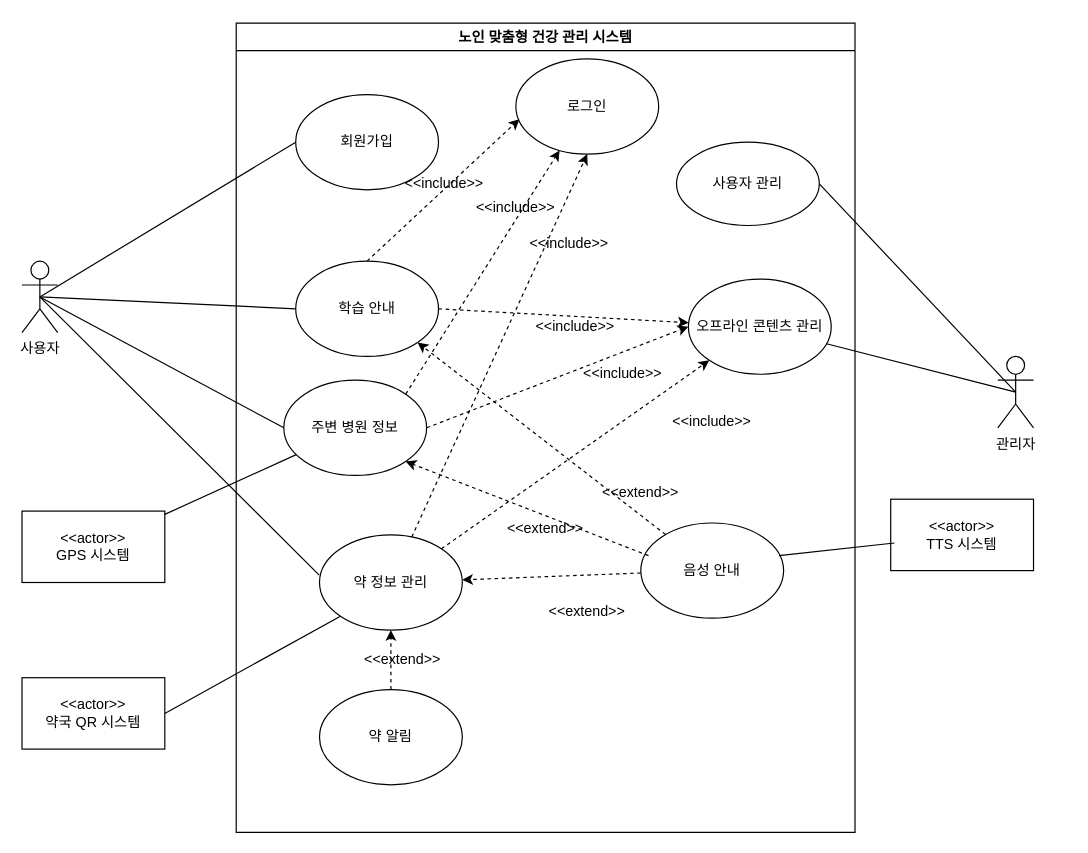
Earlier version of the draw.io diagram Untitled Diagram.drawio (wnthsk/sejujun). Source tidied: cells renumbered, new cells numbered last; positions are measured from the earlier drawing's top-left corner, leaving out a move shared by most shapes. Both pictures are drawn from the tidied source at 119%, with x=0, y=0 at pixel (21, 23).
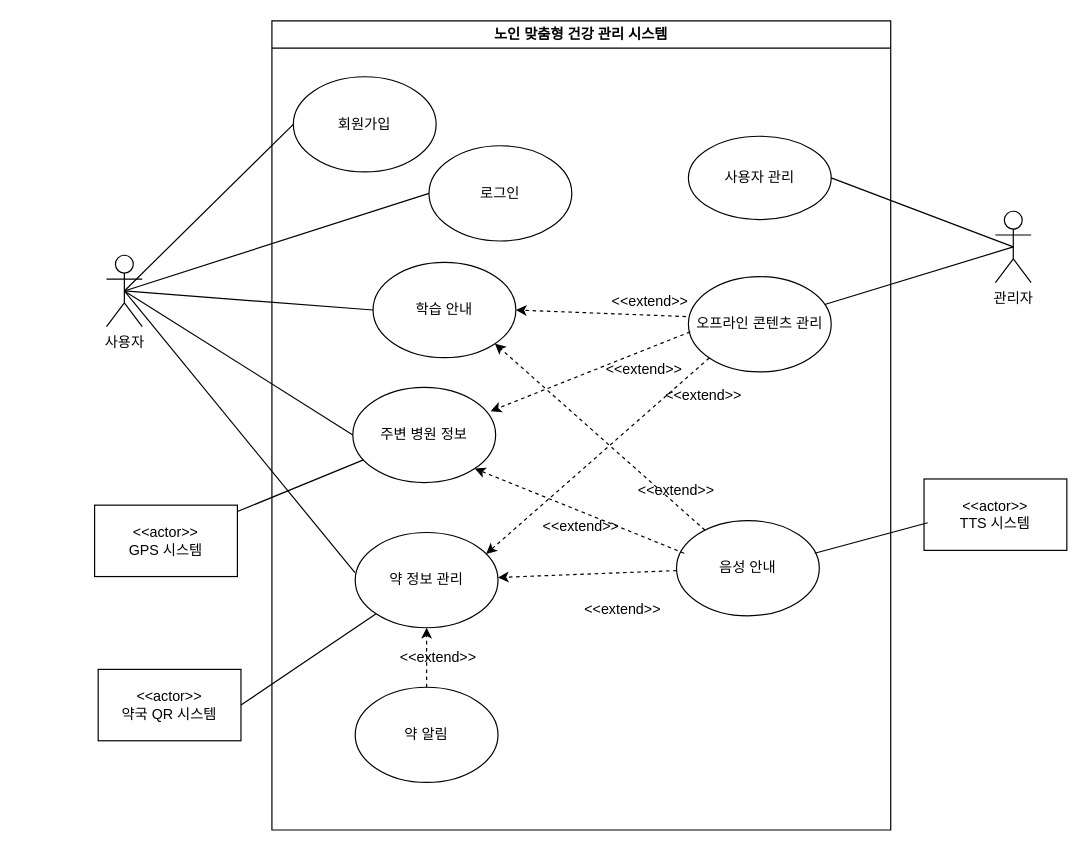
The same diagram, later.

The change refers to these unchanged cells:
```xml
<mxCell id="10" value="약 정보 관리" style="ellipse;whiteSpace=wrap;html=1;" parent="2" vertex="1">
  <mxGeometry x="70" y="430" width="120" height="80" as="geometry" />
</mxCell>
```

What changed in the source:
```diff
@@
     <mxCell id="2" value="노인 맞춤형 건강 관리 시스템" style="swimlane;whiteSpace=wrap;html=1;" parent="1" vertex="1">
-      <mxGeometry x="180" width="520" height="680" as="geometry" />
+      <mxGeometry x="210" y="-2" width="520" height="680" as="geometry" />
     </mxCell>
     <mxCell id="3" value="회원가입" style="ellipse;whiteSpace=wrap;html=1;" parent="2" vertex="1">
-      <mxGeometry x="50" y="60" width="120" height="80" as="geometry" />
+      <mxGeometry x="18" y="47" width="120" height="80" as="geometry" />
     </mxCell>
     <mxCell id="4" value="사용자 관리" style="ellipse;whiteSpace=wrap;html=1;" parent="2" vertex="1">
-      <mxGeometry x="370" y="100" width="120" height="70" as="geometry" />
+      <mxGeometry x="350" y="97" width="120" height="70" as="geometry" />
     </mxCell>
@@
     <mxCell id="6" value="학습 안내" style="ellipse;whiteSpace=wrap;html=1;" parent="2" vertex="1">
-      <mxGeometry x="50" y="200" width="120" height="80" as="geometry" />
+      <mxGeometry x="85" y="203" width="120" height="80" as="geometry" />
     </mxCell>
     <mxCell id="7" value="로그인" style="ellipse;whiteSpace=wrap;html=1;" parent="2" vertex="1">
-      <mxGeometry x="235" y="30" width="120" height="80" as="geometry" />
+      <mxGeometry x="132" y="105" width="120" height="80" as="geometry" />
     </mxCell>
     <mxCell id="8" value="주변 병원 정보" style="ellipse;whiteSpace=wrap;html=1;" parent="2" vertex="1">
-      <mxGeometry x="40" y="300" width="120" height="80" as="geometry" />
+      <mxGeometry x="68" y="308" width="120" height="80" as="geometry" />
     </mxCell>
@@
-    <mxCell id="13" style="endArrow=classic;html=1;rounded=0;strokeColor=default;curved=0;dashed=1;entryX=0.025;entryY=0.633;entryDx=0;entryDy=0;exitX=0.43;exitY=-0.003;exitDx=0;exitDy=0;exitPerimeter=0;entryPerimeter=0;" parent="2" edge="1" target="7">
-      <mxGeometry relative="1" as="geometry">
-        <mxPoint x="110" y="199.9" as="sourcePoint" />
-      </mxGeometry>
-    </mxCell>
-    <mxCell id="14" style="endArrow=classic;html=1;rounded=0;strokeColor=default;curved=0;dashed=1;exitX=1;exitY=0;exitDx=0;exitDy=0;" parent="2" edge="1" source="8" target="7">
-      <mxGeometry relative="1" as="geometry" />
-    </mxCell>
-    <mxCell id="15" style="endArrow=classic;html=1;rounded=0;strokeColor=default;curved=0;dashed=1;entryX=0.5;entryY=1;entryDx=0;entryDy=0;" parent="2" edge="1" source="10" target="7">
-      <mxGeometry relative="1" as="geometry" />
-    </mxCell>
@@
-    <mxCell id="18" value="&amp;lt;&amp;lt;include&amp;gt;&amp;gt;" style="text;html=1;align=center;verticalAlign=middle;whiteSpace=wrap;rounded=0;" parent="2" vertex="1">
-      <mxGeometry x="250" y="170" width="60" height="30" as="geometry" />
-    </mxCell>
-    <mxCell id="19" value="&amp;lt;&amp;lt;include&amp;gt;&amp;gt;" style="text;html=1;align=center;verticalAlign=middle;whiteSpace=wrap;rounded=0;" parent="2" vertex="1">
-      <mxGeometry x="255" y="240" width="60" height="30" as="geometry" />
+    <mxCell id="19" value="&amp;lt;&amp;lt;extend&amp;gt;&amp;gt;" style="text;html=1;align=center;verticalAlign=middle;whiteSpace=wrap;rounded=0;" parent="2" vertex="1">
+      <mxGeometry x="283" y="278" width="60" height="30" as="geometry" />
     </mxCell>
-    <mxCell id="20" value="&amp;lt;&amp;lt;include&amp;gt;&amp;gt;" style="text;html=1;align=center;verticalAlign=middle;whiteSpace=wrap;rounded=0;" parent="2" vertex="1">
-      <mxGeometry x="205" y="140" width="60" height="30" as="geometry" />
-    </mxCell>
@@
-    <mxCell id="25" value="&amp;lt;&amp;lt;include&amp;gt;&amp;gt;" style="text;html=1;align=center;verticalAlign=middle;whiteSpace=wrap;rounded=0;" parent="2" vertex="1">
-      <mxGeometry x="145" y="120" width="60" height="30" as="geometry" />
-    </mxCell>
     <mxCell id="26" value="오프라인 콘텐츠 관리" style="ellipse;whiteSpace=wrap;html=1;" parent="2" vertex="1">
-      <mxGeometry x="380" y="215" width="120" height="80" as="geometry" />
+      <mxGeometry x="350" y="215" width="120" height="80" as="geometry" />
     </mxCell>
-    <mxCell id="27" style="endArrow=classic;html=1;rounded=0;strokeColor=default;curved=0;dashed=1;exitX=1;exitY=0.5;exitDx=0;exitDy=0;" parent="2" edge="1" source="6" target="26">
-      <mxGeometry relative="1" as="geometry" />
-    </mxCell>
-    <mxCell id="28" style="endArrow=classic;html=1;rounded=0;strokeColor=default;curved=0;dashed=1;exitX=1;exitY=0;exitDx=0;exitDy=0;entryX=0;entryY=1;entryDx=0;entryDy=0;" parent="2" edge="1" source="10" target="26">
+    <mxCell id="28" style="endArrow=classic;html=1;rounded=0;strokeColor=default;curved=0;dashed=1;exitX=0;exitY=1;exitDx=0;exitDy=0;entryX=0.917;entryY=0.225;entryDx=0;entryDy=0;entryPerimeter=0;" parent="2" edge="1" source="26" target="10">
       <mxGeometry relative="1" as="geometry" />
     </mxCell>
-    <mxCell id="29" style="endArrow=classic;html=1;rounded=0;strokeColor=default;curved=0;dashed=1;exitX=1;exitY=0.5;exitDx=0;exitDy=0;entryX=0;entryY=0.5;entryDx=0;entryDy=0;" parent="2" edge="1" source="8" target="26">
-      <mxGeometry relative="1" as="geometry" />
-    </mxCell>
-    <mxCell id="30" value="&amp;lt;&amp;lt;include&amp;gt;&amp;gt;" style="text;html=1;align=center;verticalAlign=middle;whiteSpace=wrap;rounded=0;" parent="2" vertex="1">
-      <mxGeometry x="370" y="320" width="60" height="30" as="geometry" />
-    </mxCell>
-    <mxCell id="31" value="&amp;lt;&amp;lt;include&amp;gt;&amp;gt;" style="text;html=1;align=center;verticalAlign=middle;whiteSpace=wrap;rounded=0;" parent="2" vertex="1">
-      <mxGeometry x="295" y="280" width="60" height="30" as="geometry" />
-    </mxCell>
+    <mxCell id="46" value="&amp;lt;&amp;lt;extend&amp;gt;&amp;gt;" style="text;html=1;align=center;verticalAlign=middle;whiteSpace=wrap;rounded=0;" parent="2" vertex="1">
+      <mxGeometry x="333" y="300" width="60" height="30" as="geometry" />
+    </mxCell>
+    <mxCell id="47" style="endArrow=classic;html=1;rounded=0;strokeColor=default;curved=0;dashed=1;exitX=0.013;exitY=0.579;exitDx=0;exitDy=0;entryX=0.965;entryY=0.25;entryDx=0;entryDy=0;entryPerimeter=0;exitPerimeter=0;" parent="2" edge="1" source="26" target="8">
+      <mxGeometry relative="1" as="geometry" />
+    </mxCell>
+    <mxCell id="48" style="endArrow=classic;html=1;rounded=0;strokeColor=default;curved=0;dashed=1;exitX=-0.017;exitY=0.419;exitDx=0;exitDy=0;exitPerimeter=0;entryX=1;entryY=0.5;entryDx=0;entryDy=0;" parent="2" edge="1" source="26" target="6">
+      <mxGeometry relative="1" as="geometry" />
+    </mxCell>
+    <mxCell id="49" value="&amp;lt;&amp;lt;extend&amp;gt;&amp;gt;" style="text;html=1;align=center;verticalAlign=middle;whiteSpace=wrap;rounded=0;" parent="2" vertex="1">
+      <mxGeometry x="288" y="221" width="60" height="30" as="geometry" />
+    </mxCell>
     <mxCell id="32" value="관리자" style="shape=umlActor;verticalLabelPosition=bottom;verticalAlign=top;html=1;outlineConnect=0;" parent="1" vertex="1">
-      <mxGeometry x="820" y="280" width="30" height="60" as="geometry" />
+      <mxGeometry x="818" y="158" width="30" height="60" as="geometry" />
     </mxCell>
     <mxCell id="33" value="&amp;lt;&amp;lt;actor&amp;gt;&amp;gt;&lt;div&gt;&lt;span style=&quot;background-color: transparent; color: light-dark(rgb(0, 0, 0), rgb(255, 255, 255));&quot;&gt;TTS 시스템&lt;/span&gt;&lt;/div&gt;" style="rounded=0;whiteSpace=wrap;html=1;" parent="1" vertex="1">
-      <mxGeometry x="730" y="400" width="120" height="60" as="geometry" />
+      <mxGeometry x="758" y="383" width="120" height="60" as="geometry" />
     </mxCell>
     <mxCell id="34" value="사용자" style="shape=umlActor;verticalLabelPosition=bottom;verticalAlign=top;html=1;outlineConnect=0;" parent="1" vertex="1">
-      <mxGeometry y="200" width="30" height="60" as="geometry" />
+      <mxGeometry x="71" y="195" width="30" height="60" as="geometry" />
     </mxCell>
@@
     <mxCell id="42" value="&amp;lt;&amp;lt;actor&amp;gt;&amp;gt;&lt;div&gt;&lt;span style=&quot;background-color: transparent; color: light-dark(rgb(0, 0, 0), rgb(255, 255, 255));&quot;&gt;GPS 시스템&lt;/span&gt;&lt;/div&gt;" style="rounded=0;whiteSpace=wrap;html=1;" parent="1" vertex="1">
-      <mxGeometry y="410" width="120" height="60" as="geometry" />
+      <mxGeometry x="61" y="405" width="120" height="60" as="geometry" />
     </mxCell>
@@
     <mxCell id="44" value="&amp;lt;&amp;lt;actor&amp;gt;&amp;gt;&lt;div&gt;약국 QR 시스템&lt;/div&gt;" style="rounded=0;whiteSpace=wrap;html=1;" parent="1" vertex="1">
-      <mxGeometry y="550" width="120" height="60" as="geometry" />
+      <mxGeometry x="64" y="543" width="120" height="60" as="geometry" />
     </mxCell>
@@
+    <mxCell id="50" style="endArrow=none;html=1;rounded=0;entryX=0;entryY=0.5;entryDx=0;entryDy=0;exitX=0.5;exitY=0.5;exitDx=0;exitDy=0;exitPerimeter=0;" parent="1" edge="1" source="34" target="7">
+      <mxGeometry relative="1" as="geometry" />
+    </mxCell>
```
